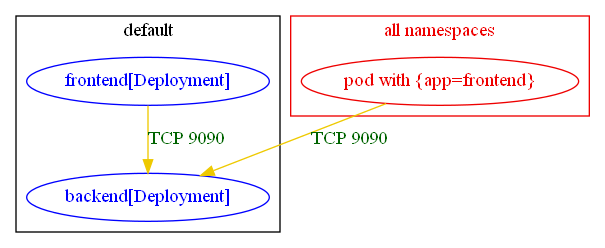
The Graphviz diagram test_outputs/connlist/exposure_test_exposure_to_any_namespace_with_podSelector_connlist_output.dot.png in np-guard/netpol-analyzer, before a commit. Its source is kept beside it as test_outputs/connlist/exposure_test_exposure_to_any_namespace_with_podSelector_connlist_output.dot. Its diagram source:
```dot
digraph {
	subgraph "cluster_default" {
		color="black"
		fontcolor="black"
		"default/backend[Deployment]" [label="backend[Deployment]" color="blue" fontcolor="blue"]
		"default/frontend[Deployment]" [label="frontend[Deployment]" color="blue" fontcolor="blue"]
		label="default"
	}
	subgraph "cluster_all namespaces" {
		color="red2"
		fontcolor="red2"
		"pod with {app=frontend}_in_all namespaces" [label="pod with {app=frontend}" color="red2" fontcolor="red2"]
		label="all namespaces"
	}
	"default/frontend[Deployment]" -> "default/backend[Deployment]" [label="TCP 9090" color="gold2" fontcolor="darkgreen"]
	"pod with {app=frontend}_in_all namespaces" -> "default/backend[Deployment]" [label="TCP 9090" color="gold2" fontcolor="darkgreen" weight=1]
}
```
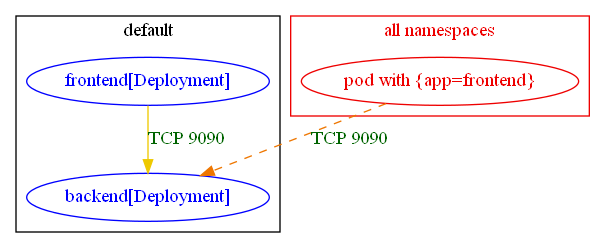
The same file after the commit.

Change to the diagram source:
```diff
@@ -13,5 +13,5 @@
 		label="all namespaces"
 	}
 	"default/frontend[Deployment]" -> "default/backend[Deployment]" [label="TCP 9090" color="gold2" fontcolor="darkgreen"]
-	"pod with {app=frontend}_in_all namespaces" -> "default/backend[Deployment]" [label="TCP 9090" color="gold2" fontcolor="darkgreen" weight=1]
+	"pod with {app=frontend}_in_all namespaces" -> "default/backend[Deployment]" [label="TCP 9090" color="darkorange2" fontcolor="darkgreen" weight=1 style=dashed]
 }
```
